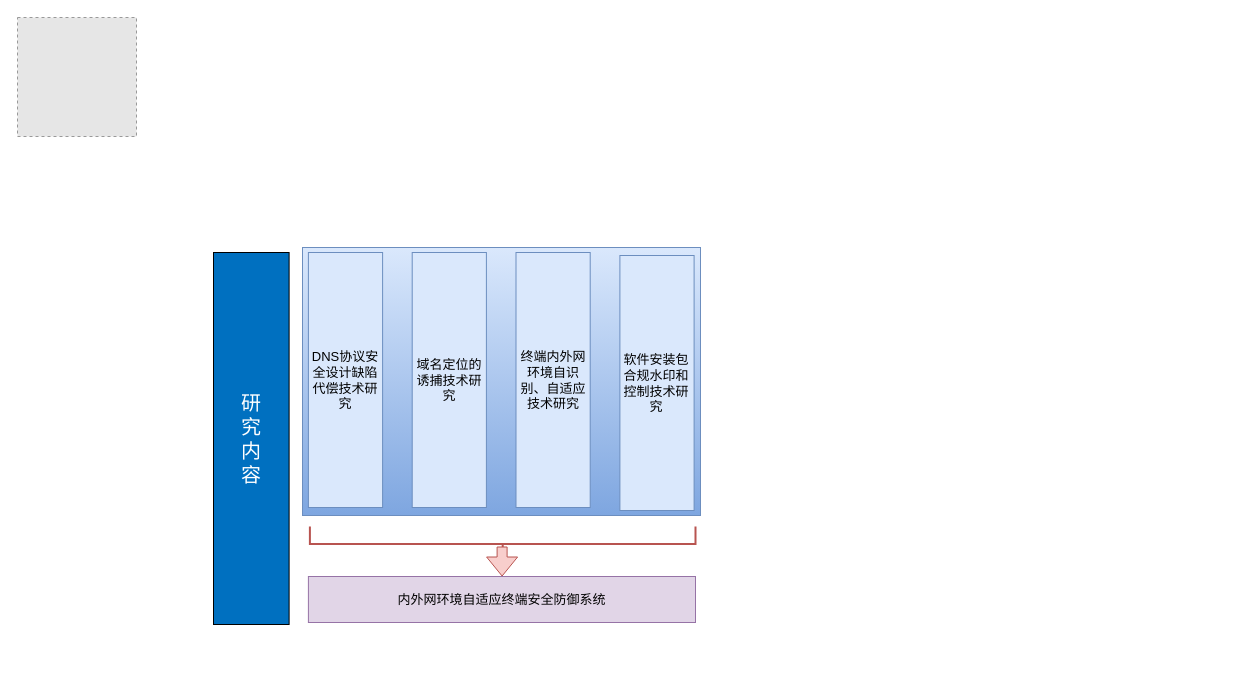
Earlier version of the draw.io diagram page "研究内容" (15 of 29) of drawio/dns.drawio (raingnight/Blog_Pic). Source tidied: cells renumbered, new cells numbered last; positions are measured from the earlier drawing's top-left corner, leaving out a move shared by most shapes. Both pictures are drawn from the tidied source at 100%, with x=0, y=0 at pixel (17, 17). Pictures stored in the file or linked from it are replaced by grey dashed boxes.
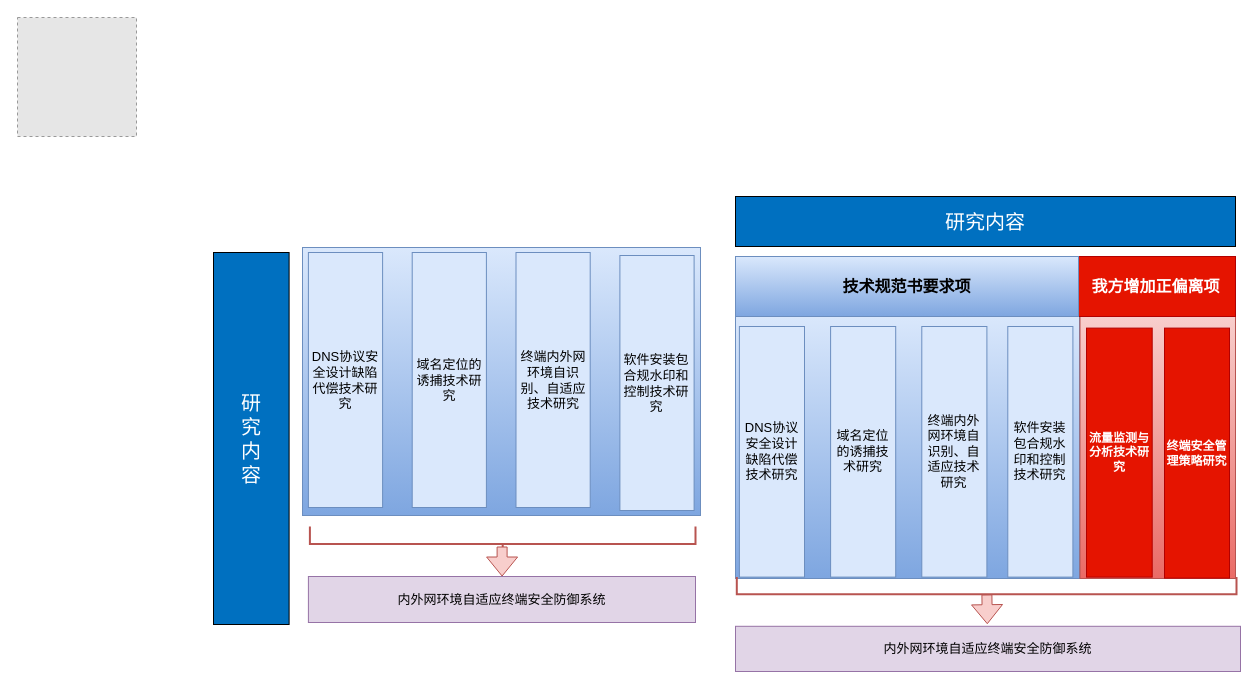
The same diagram, later.

Change to the diagram source:
```diff
@@
+    <mxCell id="12" style="rounded=0;whiteSpace=wrap;html=1;fillColor=#dae8fc;gradientColor=#7ea6e0;strokeColor=#6c8ebf;" parent="1" vertex="1">
+      <mxGeometry x="718" y="297" width="344" height="264" as="geometry" />
+    </mxCell>
+    <mxCell id="13" style="rounded=0;whiteSpace=wrap;html=1;fillColor=#f8cecc;gradientColor=#ea6b66;strokeColor=#b85450;" parent="1" vertex="1">
+      <mxGeometry x="1062.5" y="299" width="155.5" height="262" as="geometry" />
+    </mxCell>
+    <mxCell id="14" value="&lt;font style=&quot;font-size: 20px;&quot;&gt;研究内容&lt;/font&gt;" style="rounded=0;whiteSpace=wrap;html=1;fillColor=#0070c0;fontColor=#ffffff;" parent="1" vertex="1">
+      <mxGeometry x="718" y="179" width="500" height="50" as="geometry" />
+    </mxCell>
+    <mxCell id="15" value="我方增加正偏离项" style="rounded=0;whiteSpace=wrap;html=1;fontSize=16;fillColor=#e51400;fontColor=#ffffff;strokeColor=#B20000;fontStyle=1;" parent="1" vertex="1">
+      <mxGeometry x="1059" y="239" width="159" height="60" as="geometry" />
+    </mxCell>
+    <mxCell id="16" value="技术规范书要求项" style="rounded=0;whiteSpace=wrap;html=1;fontSize=16;fontStyle=1;fillColor=#dae8fc;strokeColor=#6c8ebf;gradientColor=#7ea6e0;" parent="1" vertex="1">
+      <mxGeometry x="718" y="239" width="343" height="60" as="geometry" />
+    </mxCell>
+    <mxCell id="17" value="&lt;span style=&quot;font-size: 13px;&quot;&gt;&lt;span style=&quot;font-size: 13px;&quot;&gt;DNS&lt;span style=&quot;font-size: 13px; font-family: 微软雅黑, sans-serif;&quot;&gt;协议安全设计缺陷代偿技术研究&lt;/span&gt;&lt;/span&gt;&lt;/span&gt;" style="rounded=0;whiteSpace=wrap;html=1;fontSize=13;fontStyle=0;fillColor=#dae8fc;strokeColor=#6c8ebf;" parent="1" vertex="1">
+      <mxGeometry x="721.9" y="309" width="65.1" height="250.6" as="geometry" />
+    </mxCell>
+    <mxCell id="18" value="&lt;span style=&quot;font-size: 13px;&quot;&gt;&lt;span style=&quot;font-size: 13px;&quot;&gt;域名定位的诱捕技术研究&lt;/span&gt;&lt;/span&gt;" style="rounded=0;whiteSpace=wrap;html=1;fontSize=13;fontStyle=0;fillColor=#dae8fc;strokeColor=#6c8ebf;" parent="1" vertex="1">
+      <mxGeometry x="813.1" y="309" width="65.1" height="250.6" as="geometry" />
+    </mxCell>
+    <mxCell id="19" value="&lt;span style=&quot;font-size: 13px;&quot;&gt;&lt;span style=&quot;font-size: 13px;&quot;&gt;软件安装包合规水印和控制技术研究&lt;/span&gt;&lt;/span&gt;" style="rounded=0;whiteSpace=wrap;html=1;fontSize=13;fontStyle=0;fillColor=#dae8fc;strokeColor=#6c8ebf;" parent="1" vertex="1">
+      <mxGeometry x="990.3" y="309" width="65.1" height="250.6" as="geometry" />
+    </mxCell>
+    <mxCell id="20" value="&lt;span style=&quot;font-size: 13px;&quot;&gt;&lt;span style=&quot;font-size: 13px;&quot;&gt;终端内外网环境自识别、自适应技术研究&lt;/span&gt;&lt;/span&gt;" style="rounded=0;whiteSpace=wrap;html=1;fontSize=13;fontStyle=0;fillColor=#dae8fc;strokeColor=#6c8ebf;" parent="1" vertex="1">
+      <mxGeometry x="904.3" y="309" width="65.1" height="250.6" as="geometry" />
+    </mxCell>
+    <mxCell id="21" value="内外网环境自适应终端安全防御系统" style="rounded=0;whiteSpace=wrap;html=1;fontSize=13;fillColor=#e1d5e7;strokeColor=#9673a6;" parent="1" vertex="1">
+      <mxGeometry x="718" y="608.8" width="505" height="45.2" as="geometry" />
+    </mxCell>
+    <mxCell id="22" style="strokeWidth=2;html=1;shape=mxgraph.flowchart.annotation_2;align=left;labelPosition=right;rotation=0;direction=north;fillColor=#f8cecc;strokeColor=#b85450;" parent="1" vertex="1">
+      <mxGeometry x="719.3" y="559.6" width="499.7" height="34.4" as="geometry" />
+    </mxCell>
+    <mxCell id="23" style="shape=flexArrow;endArrow=classic;html=1;rounded=0;fillColor=#f8cecc;strokeColor=#b85450;" parent="1" edge="1">
+      <mxGeometry relative="1" as="geometry">
+        <mxPoint x="969.4" y="577" as="sourcePoint" />
+        <mxPoint x="969.8" y="606.7" as="targetPoint" />
+      </mxGeometry>
+    </mxCell>
+    <mxCell id="24" value="流量监测与分析技术研究" style="rounded=0;whiteSpace=wrap;html=1;fontStyle=1;fillColor=#e51400;strokeColor=#B20000;fontColor=#ffffff;" parent="1" vertex="1">
+      <mxGeometry x="1069" y="310.6" width="65.7" height="249" as="geometry" />
+    </mxCell>
+    <mxCell id="25" value="终端安全管理策略研究" style="rounded=0;whiteSpace=wrap;html=1;fillColor=#e51400;strokeColor=#B20000;fontColor=#ffffff;fontStyle=1;" parent="1" vertex="1">
+      <mxGeometry x="1147" y="310.6" width="65" height="250" as="geometry" />
+    </mxCell>
```
